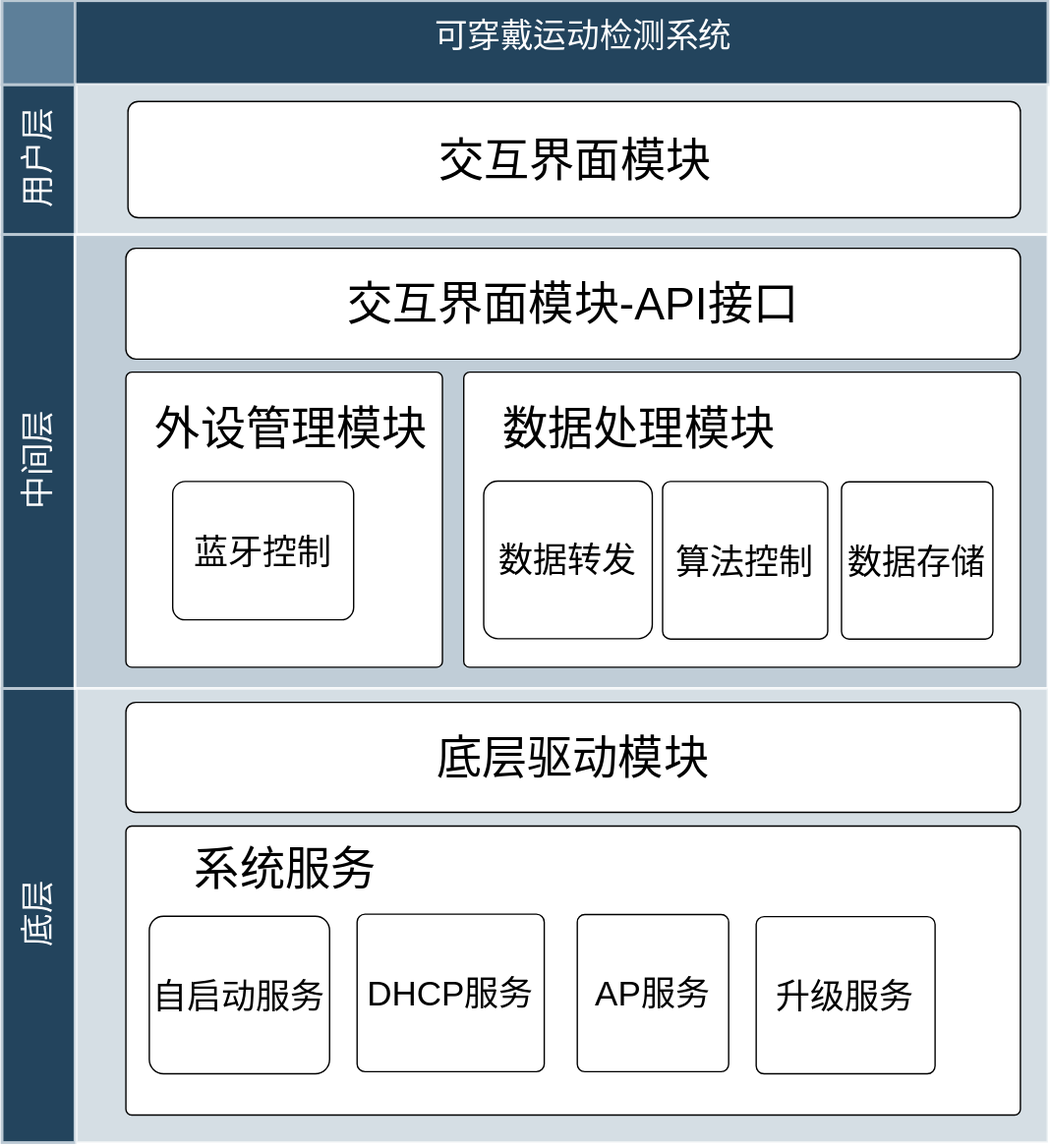
This is sage_service_diagram.svg from DianxinWang/final_theis, a draw.io export, as it was before one commit. Source tidied: cells renumbered, new cells last; positions are measured from the earlier drawing's top-left corner, leaving out a move shared by most shapes.
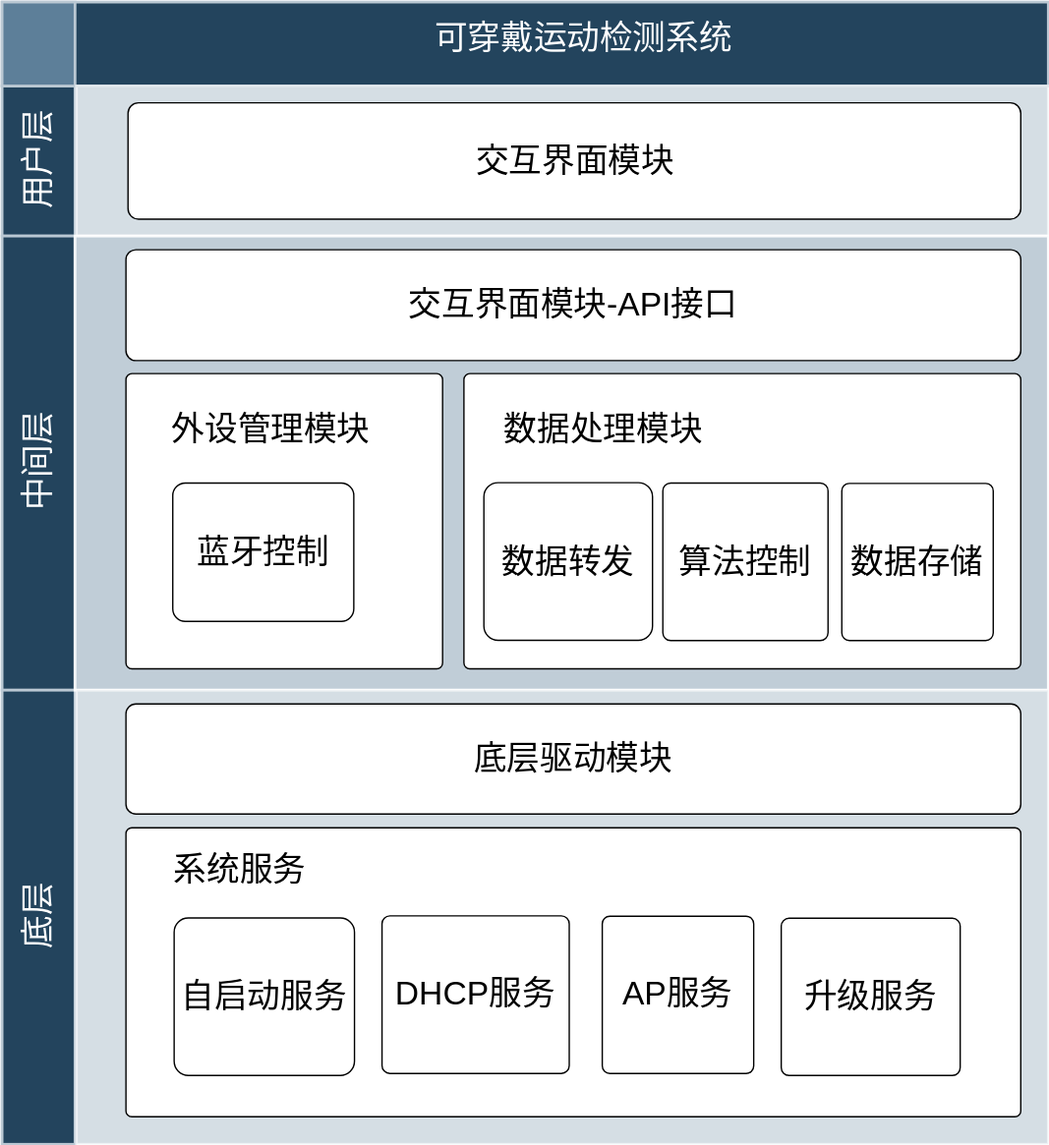
After the commit.

What changed in the source:
```diff
@@ -8,7 +8,7 @@
     <mxCell id="3" value="用户层" style="strokeColor=#BAC8D3;fillColor=#23445D;fontSize=24;strokeWidth=2;horizontal=0;fontFamily=Helvetica;fontColor=#FFFFFF;fontStyle=0;html=1;" parent="1" vertex="1">
       <mxGeometry y="61" width="53" height="109" as="geometry" />
     </mxCell>
-    <mxCell id="4" style="strokeColor=#BAC8D3;fillColor=#5d7f99;fontSize=19;strokeWidth=2;fontFamily=Helvetica;labelBackgroundColor=none;fontColor=#FFFFFF;html=1;" parent="1" vertex="1">
+    <mxCell id="4" style="strokeColor=#BAC8D3;fillColor=#5d7f99;fontSize=24;strokeWidth=2;fontFamily=Helvetica;labelBackgroundColor=none;fontColor=#FFFFFF;html=1;" parent="1" vertex="1">
       <mxGeometry width="53" height="61" as="geometry" />
     </mxCell>
     <mxCell id="5" value="中间层" style="strokeColor=#BAC8D3;fillColor=#23445D;fontSize=24;strokeWidth=2;horizontal=0;fontFamily=Helvetica;fontColor=#FFFFFF;fontStyle=0;html=1;" parent="1" vertex="1">
@@ -17,65 +17,65 @@
     <mxCell id="6" value="底层" style="strokeColor=#BAC8D3;fillColor=#23445D;fontSize=24;strokeWidth=2;horizontal=0;fontFamily=Helvetica;fontColor=#FFFFFF;fontStyle=0;html=1;" parent="1" vertex="1">
       <mxGeometry y="500" width="53" height="330" as="geometry" />
     </mxCell>
-    <mxCell id="7" style="strokeColor=#FFFFFF;fillColor=#BAC8D3;fontSize=18;strokeWidth=2;fontFamily=Helvetica;opacity=60;html=1;" parent="1" vertex="1">
+    <mxCell id="7" style="strokeColor=#FFFFFF;fillColor=#BAC8D3;fontSize=24;strokeWidth=2;fontFamily=Helvetica;opacity=60;html=1;" parent="1" vertex="1">
       <mxGeometry x="54" y="61" width="706" height="109" as="geometry" />
     </mxCell>
-    <mxCell id="8" style="strokeColor=#FFFFFF;fillColor=#BAC8D3;fontSize=18;strokeWidth=2;fontFamily=Helvetica;opacity=90;html=1;" parent="1" vertex="1">
+    <mxCell id="8" style="strokeColor=#FFFFFF;fillColor=#BAC8D3;fontSize=24;strokeWidth=2;fontFamily=Helvetica;opacity=90;html=1;" parent="1" vertex="1">
       <mxGeometry x="53" y="170" width="707" height="330" as="geometry" />
     </mxCell>
-    <mxCell id="9" style="strokeColor=#FFFFFF;fillColor=#BAC8D3;fontSize=18;strokeWidth=2;fontFamily=Helvetica;opacity=60;html=1;" parent="1" vertex="1">
+    <mxCell id="9" style="strokeColor=#FFFFFF;fillColor=#BAC8D3;fontSize=24;strokeWidth=2;fontFamily=Helvetica;opacity=60;html=1;" parent="1" vertex="1">
       <mxGeometry x="54" y="500" width="706" height="330" as="geometry" />
     </mxCell>
-    <mxCell id="10" value="&lt;font style=&quot;font-size: 33px&quot;&gt;交互界面模块&lt;/font&gt;" style="rounded=1;whiteSpace=wrap;fontSize=25;arcSize=9;html=1;" parent="1" vertex="1">
+    <mxCell id="10" value="&lt;font style=&quot;font-size: 24px;&quot;&gt;交互界面模块&lt;/font&gt;" style="rounded=1;whiteSpace=wrap;fontSize=24;arcSize=9;html=1;" parent="1" vertex="1">
       <mxGeometry x="91.5" y="73.2" width="648.5" height="84.5" as="geometry" />
     </mxCell>
-    <mxCell id="11" value="&lt;font style=&quot;font-size: 33px&quot;&gt;交互界面模块-API接口&lt;/font&gt;" style="rounded=1;whiteSpace=wrap;fontSize=25;arcSize=9;html=1;" parent="1" vertex="1">
+    <mxCell id="11" value="&lt;font style=&quot;font-size: 24px;&quot;&gt;交互界面模块-API接口&lt;/font&gt;" style="rounded=1;whiteSpace=wrap;fontSize=24;arcSize=9;html=1;" parent="1" vertex="1">
       <mxGeometry x="90" y="180" width="650" height="80.5" as="geometry" />
     </mxCell>
-    <mxCell id="12" style="rounded=1;whiteSpace=wrap;fontSize=25;arcSize=2;html=1;" parent="1" vertex="1">
+    <mxCell id="12" style="rounded=1;whiteSpace=wrap;fontSize=24;arcSize=2;html=1;" parent="1" vertex="1">
       <mxGeometry x="335.5" y="270" width="404.5" height="214.5" as="geometry" />
     </mxCell>
-    <mxCell id="13" value="&lt;font style=&quot;font-size: 33px&quot;&gt;数据处理模块&lt;/font&gt;" style="text;strokeColor=none;fillColor=none;align=center;verticalAlign=middle;whiteSpace=wrap;rounded=0;fontSize=25;html=1;" parent="1" vertex="1">
-      <mxGeometry x="335.5" y="301" width="254" height="20" as="geometry" />
+    <mxCell id="13" value="&lt;font style=&quot;font-size: 24px;&quot;&gt;数据处理模块&lt;/font&gt;" style="text;strokeColor=none;fillColor=none;align=center;verticalAlign=middle;whiteSpace=wrap;rounded=0;fontSize=24;html=1;" parent="1" vertex="1">
+      <mxGeometry x="310" y="301" width="254" height="20" as="geometry" />
     </mxCell>
-    <mxCell id="14" value="&lt;span&gt;数据转发&lt;/span&gt;" style="rounded=1;whiteSpace=wrap;fontSize=25;arcSize=9;html=1;" parent="1" vertex="1">
+    <mxCell id="14" value="&lt;span style=&quot;font-size: 24px;&quot;&gt;数据转发&lt;/span&gt;" style="rounded=1;whiteSpace=wrap;fontSize=24;arcSize=9;html=1;" parent="1" vertex="1">
       <mxGeometry x="350" y="349.2" width="122.5" height="114.5" as="geometry" />
     </mxCell>
-    <mxCell id="15" value="&lt;span&gt;算法控制&lt;/span&gt;" style="rounded=1;whiteSpace=wrap;fontSize=25;arcSize=5;html=1;" parent="1" vertex="1">
+    <mxCell id="15" value="&lt;span style=&quot;font-size: 24px;&quot;&gt;算法控制&lt;/span&gt;" style="rounded=1;whiteSpace=wrap;fontSize=24;arcSize=5;html=1;" parent="1" vertex="1">
       <mxGeometry x="480" y="349.5" width="120" height="114.5" as="geometry" />
     </mxCell>
-    <mxCell id="16" value="&lt;span&gt;数据存储&lt;/span&gt;" style="rounded=1;whiteSpace=wrap;fontSize=25;arcSize=5;html=1;" parent="1" vertex="1">
+    <mxCell id="16" value="&lt;span style=&quot;font-size: 24px;&quot;&gt;数据存储&lt;/span&gt;" style="rounded=1;whiteSpace=wrap;fontSize=24;arcSize=5;html=1;" parent="1" vertex="1">
       <mxGeometry x="610" y="349.8" width="110" height="114.2" as="geometry" />
     </mxCell>
-    <mxCell id="17" style="rounded=1;whiteSpace=wrap;fontSize=25;arcSize=2;html=1;" parent="1" vertex="1">
+    <mxCell id="17" style="rounded=1;whiteSpace=wrap;fontSize=24;arcSize=2;html=1;" parent="1" vertex="1">
       <mxGeometry x="90" y="270" width="230" height="214.5" as="geometry" />
     </mxCell>
-    <mxCell id="18" value="&lt;font style=&quot;font-size: 33px&quot;&gt;底层驱动模块&lt;/font&gt;" style="rounded=1;whiteSpace=wrap;fontSize=25;arcSize=9;html=1;" parent="1" vertex="1">
+    <mxCell id="18" value="&lt;font style=&quot;font-size: 24px;&quot;&gt;底层驱动模块&lt;/font&gt;" style="rounded=1;whiteSpace=wrap;fontSize=24;arcSize=9;html=1;" parent="1" vertex="1">
       <mxGeometry x="90" y="510" width="650" height="80" as="geometry" />
     </mxCell>
-    <mxCell id="19" value="&lt;font style=&quot;font-size: 33px&quot;&gt;外设管理模块&lt;/font&gt;" style="text;strokeColor=none;fillColor=none;align=center;verticalAlign=middle;whiteSpace=wrap;rounded=0;fontSize=25;html=1;" parent="1" vertex="1">
-      <mxGeometry x="107" y="288" width="207" height="46" as="geometry" />
+    <mxCell id="19" value="&lt;font style=&quot;font-size: 24px;&quot;&gt;外设管理模块&lt;/font&gt;" style="text;strokeColor=none;fillColor=none;align=center;verticalAlign=middle;whiteSpace=wrap;rounded=0;fontSize=24;html=1;" parent="1" vertex="1">
+      <mxGeometry x="91.5" y="288" width="207" height="46" as="geometry" />
     </mxCell>
-    <mxCell id="20" value="&lt;span&gt;蓝牙控制&lt;/span&gt;" style="rounded=1;whiteSpace=wrap;fontSize=25;arcSize=9;html=1;" parent="1" vertex="1">
+    <mxCell id="20" value="&lt;span style=&quot;font-size: 24px;&quot;&gt;蓝牙控制&lt;/span&gt;" style="rounded=1;whiteSpace=wrap;fontSize=24;arcSize=9;html=1;" parent="1" vertex="1">
       <mxGeometry x="124" y="349.5" width="131.5" height="100.5" as="geometry" />
     </mxCell>
-    <mxCell id="21" style="rounded=1;whiteSpace=wrap;fontSize=25;arcSize=2;html=1;" parent="1" vertex="1">
+    <mxCell id="21" style="rounded=1;whiteSpace=wrap;fontSize=24;arcSize=2;html=1;" parent="1" vertex="1">
       <mxGeometry x="90" y="600" width="650" height="210" as="geometry" />
     </mxCell>
-    <mxCell id="22" value="&lt;font style=&quot;font-size: 33px&quot;&gt;系统服务&lt;/font&gt;" style="text;strokeColor=none;fillColor=none;align=center;verticalAlign=middle;whiteSpace=wrap;rounded=0;fontSize=25;html=1;" parent="1" vertex="1">
-      <mxGeometry x="88" y="621" width="236" height="20" as="geometry" />
+    <mxCell id="22" value="&lt;font style=&quot;font-size: 24px;&quot;&gt;系统服务&lt;/font&gt;" style="text;strokeColor=none;fillColor=none;align=center;verticalAlign=middle;whiteSpace=wrap;rounded=0;fontSize=24;html=1;" parent="1" vertex="1">
+      <mxGeometry x="54.5" y="621" width="236" height="20" as="geometry" />
     </mxCell>
-    <mxCell id="23" value="自启动服务" style="rounded=1;whiteSpace=wrap;fontSize=25;arcSize=9;html=1;" parent="1" vertex="1">
-      <mxGeometry x="107" y="665.5" width="131" height="114.5" as="geometry" />
+    <mxCell id="23" value="&lt;font style=&quot;font-size: 24px;&quot;&gt;自启动服务&lt;/font&gt;" style="rounded=1;whiteSpace=wrap;fontSize=24;arcSize=9;html=1;" parent="1" vertex="1">
+      <mxGeometry x="125" y="665.5" width="131" height="114.5" as="geometry" />
     </mxCell>
-    <mxCell id="24" value="DHCP服务" style="rounded=1;whiteSpace=wrap;fontSize=25;arcSize=5;html=1;" parent="1" vertex="1">
-      <mxGeometry x="258" y="664" width="136" height="114.5" as="geometry" />
+    <mxCell id="24" value="DHCP服务" style="rounded=1;whiteSpace=wrap;fontSize=24;arcSize=5;html=1;" parent="1" vertex="1">
+      <mxGeometry x="276" y="664" width="136" height="114.5" as="geometry" />
     </mxCell>
-    <mxCell id="25" value="AP服务" style="rounded=1;whiteSpace=wrap;fontSize=25;arcSize=5;html=1;" parent="1" vertex="1">
-      <mxGeometry x="418" y="664.2" width="110" height="114.2" as="geometry" />
+    <mxCell id="25" value="AP服务" style="rounded=1;whiteSpace=wrap;fontSize=24;arcSize=5;html=1;" parent="1" vertex="1">
+      <mxGeometry x="436" y="664.2" width="110" height="114.2" as="geometry" />
     </mxCell>
-    <mxCell id="26" value="升级服务" style="rounded=1;whiteSpace=wrap;fontSize=25;arcSize=5;html=1;" parent="1" vertex="1">
-      <mxGeometry x="548" y="665.8" width="130" height="114.2" as="geometry" />
+    <mxCell id="26" value="升级服务" style="rounded=1;whiteSpace=wrap;fontSize=24;arcSize=5;html=1;" parent="1" vertex="1">
+      <mxGeometry x="566" y="665.8" width="130" height="114.2" as="geometry" />
     </mxCell>
   </root>
 </mxGraphModel>
```
